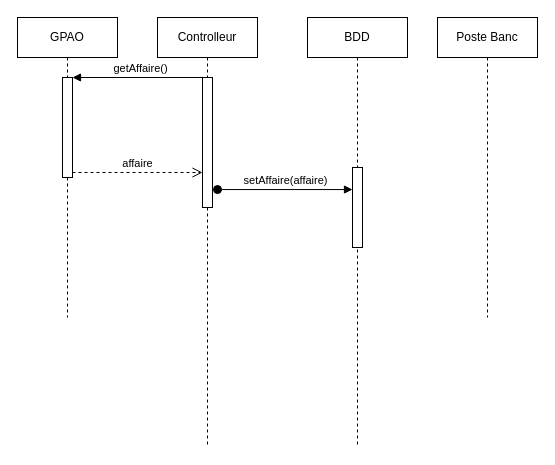
This is Analyse/Hugo/diagrammeDeSequence.drawio from MRCThomas/testDeVerinSurBancHydraulique, a draw.io file, before an edit. Source tidied: cells renumbered, new cells numbered last; positions are measured from the earlier drawing's top-left corner, leaving out a move shared by most shapes. Both pictures are drawn from the tidied source at 100%, with x=0, y=0 at pixel (17, 17).
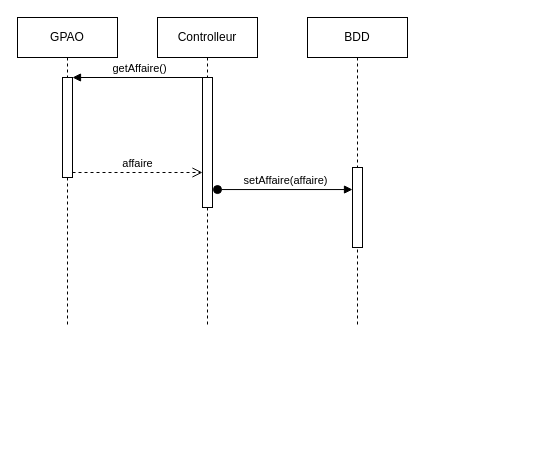
The same page after the edit.

Commit message:
Diagramme Sequence

Suppression d'un acteur (Poste Banc)

What changed in the source:
```diff
@@
 <mxGraphModel>
   <root>
     <mxCell id="0" />
     <mxCell id="1" parent="0" />
     <mxCell id="2" value="Controlleur" style="shape=umlLifeline;perimeter=lifelinePerimeter;whiteSpace=wrap;html=1;outlineConnect=0;" parent="1" vertex="1">
-      <mxGeometry x="140" width="100" height="430" as="geometry" />
+      <mxGeometry x="140" width="100" height="310" as="geometry" />
     </mxCell>
     <mxCell id="3" style="html=1;points=[];perimeter=orthogonalPerimeter;" parent="2" vertex="1">
       <mxGeometry x="45" y="60" width="10" height="130" as="geometry" />
     </mxCell>
     <mxCell id="4" value="GPAO" style="shape=umlLifeline;perimeter=lifelinePerimeter;whiteSpace=wrap;html=1;" parent="1" vertex="1">
-      <mxGeometry width="100" height="300" as="geometry" />
+      <mxGeometry width="100" height="310" as="geometry" />
     </mxCell>
     <mxCell id="5" style="html=1;points=[];perimeter=orthogonalPerimeter;" parent="4" vertex="1">
       <mxGeometry x="45" y="60" width="10" height="100" as="geometry" />
     </mxCell>
-    <mxCell id="6" value="Poste Banc" style="shape=umlLifeline;perimeter=lifelinePerimeter;whiteSpace=wrap;html=1;" parent="1" vertex="1">
-      <mxGeometry x="420" width="100" height="300" as="geometry" />
-    </mxCell>
     <mxCell id="7" value="BDD" style="shape=umlLifeline;perimeter=lifelinePerimeter;whiteSpace=wrap;html=1;" parent="1" vertex="1">
-      <mxGeometry x="290" width="100" height="430" as="geometry" />
+      <mxGeometry x="290" width="100" height="310" as="geometry" />
     </mxCell>
     <mxCell id="8" style="html=1;points=[];perimeter=orthogonalPerimeter;" parent="7" vertex="1">
       <mxGeometry x="45" y="150" width="10" height="80" as="geometry" />
     </mxCell>
     <mxCell id="9" value="getAffaire()" style="html=1;verticalAlign=bottom;endArrow=block;entryX=1;entryY=0;" parent="1" edge="1" source="2" target="5">
-      <mxGeometry relative="1" as="geometry" />
+      <mxGeometry x="0.03" relative="1" as="geometry">
+        <mxPoint x="1" as="offset" />
+      </mxGeometry>
     </mxCell>
     <mxCell id="10" value="affaire" style="html=1;verticalAlign=bottom;endArrow=open;dashed=1;endSize=8;exitX=1;exitY=0.95;" parent="1" edge="1" source="5" target="3">
       <mxGeometry relative="1" as="geometry" />
     </mxCell>
     <mxCell id="11" value="setAffaire(affaire)" style="html=1;verticalAlign=bottom;startArrow=oval;endArrow=block;startSize=8;exitX=1.5;exitY=0.862;exitDx=0;exitDy=0;exitPerimeter=0;" parent="1" edge="1" source="3" target="8">
       <mxGeometry relative="1" as="geometry" />
     </mxCell>
   </root>
 </mxGraphModel>
```
